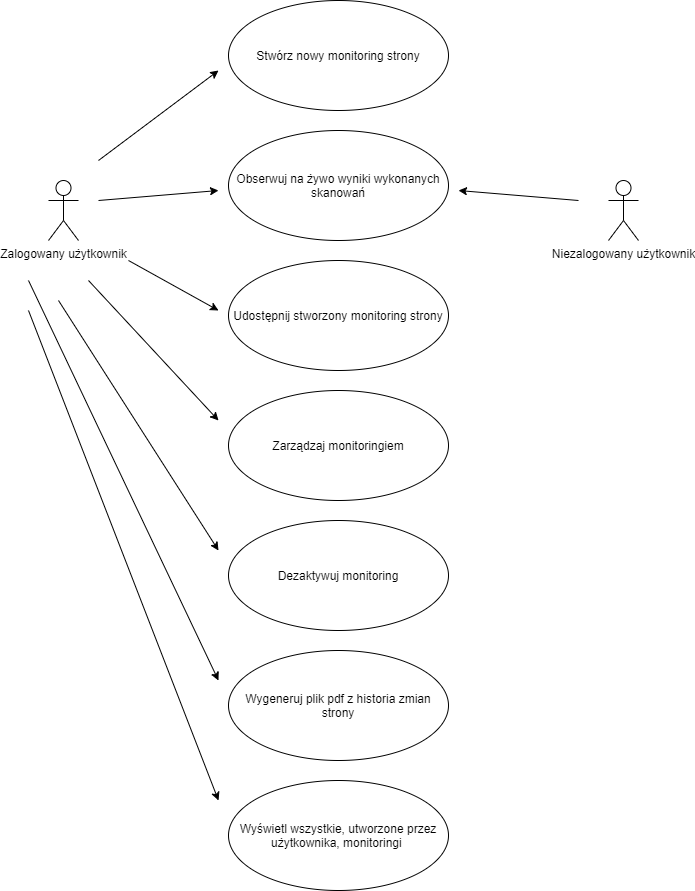
Earlier version of the draw.io export pdf/use - case.png (JanKulbinski/WebsiteMonitor). Source tidied: cells renumbered, new cells last; positions are measured from the earlier drawing's top-left corner, leaving out a move shared by most shapes.
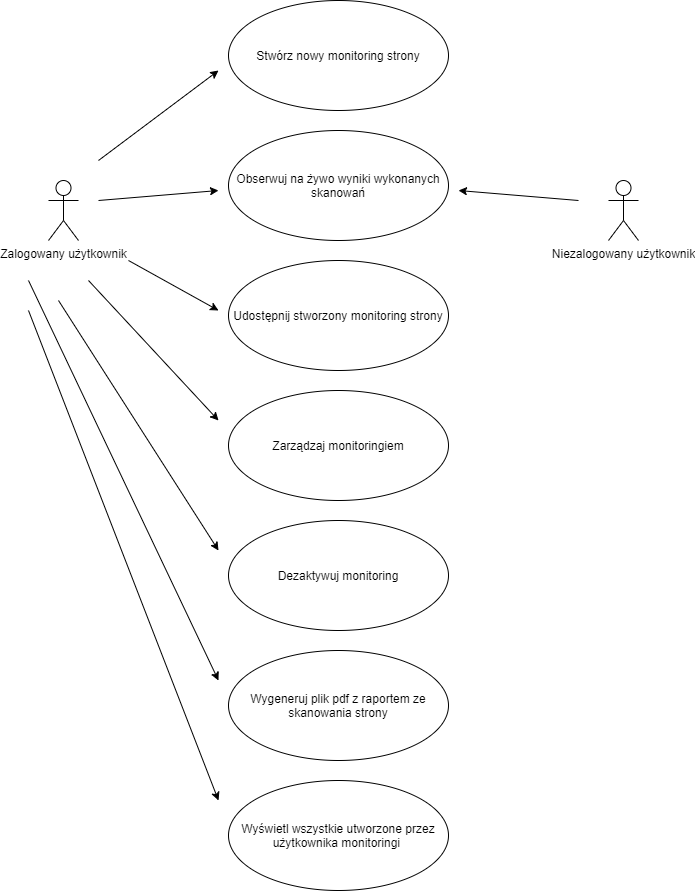
Above is the later version.

What changed in the source:
```diff
@@ -41,7 +41,7 @@
     <mxCell id="10" value="Niezalogowany użytkownik" style="shape=umlActor;verticalLabelPosition=bottom;verticalAlign=top;html=1;fillColor=none;gradientColor=#ffffff;" parent="1" vertex="1">
       <mxGeometry x="580" y="180" width="30" height="60" as="geometry" />
     </mxCell>
-    <mxCell id="11" value="Wygeneruj plik pdf z historia zmian strony" style="ellipse;whiteSpace=wrap;html=1;gradientColor=#ffffff;fillColor=none;" parent="1" vertex="1">
+    <mxCell id="11" value="Wygeneruj plik pdf z raportem ze skanowania strony" style="ellipse;whiteSpace=wrap;html=1;gradientColor=#ffffff;fillColor=none;" parent="1" vertex="1">
       <mxGeometry x="200" y="650" width="220" height="110" as="geometry" />
     </mxCell>
     <mxCell id="12" value="Obserwuj na żywo wyniki wykonanych skanowań" style="ellipse;whiteSpace=wrap;html=1;gradientColor=#ffffff;fillColor=none;" parent="1" vertex="1">
@@ -59,7 +59,7 @@
         <mxPoint x="190" y="550" as="targetPoint" />
       </mxGeometry>
     </mxCell>
-    <mxCell id="15" value="Wyświetl wszystkie, utworzone przez użytkownika, monitoringi&amp;nbsp;" style="ellipse;whiteSpace=wrap;html=1;gradientColor=#ffffff;fillColor=none;" parent="1" vertex="1">
+    <mxCell id="15" value="Wyświetl wszystkie utworzone przez użytkownika monitoringi&amp;nbsp;" style="ellipse;whiteSpace=wrap;html=1;gradientColor=#ffffff;fillColor=none;" parent="1" vertex="1">
       <mxGeometry x="200" y="780" width="220" height="110" as="geometry" />
     </mxCell>
     <mxCell id="16" style="endArrow=classic;html=1;" parent="1" edge="1">
```
